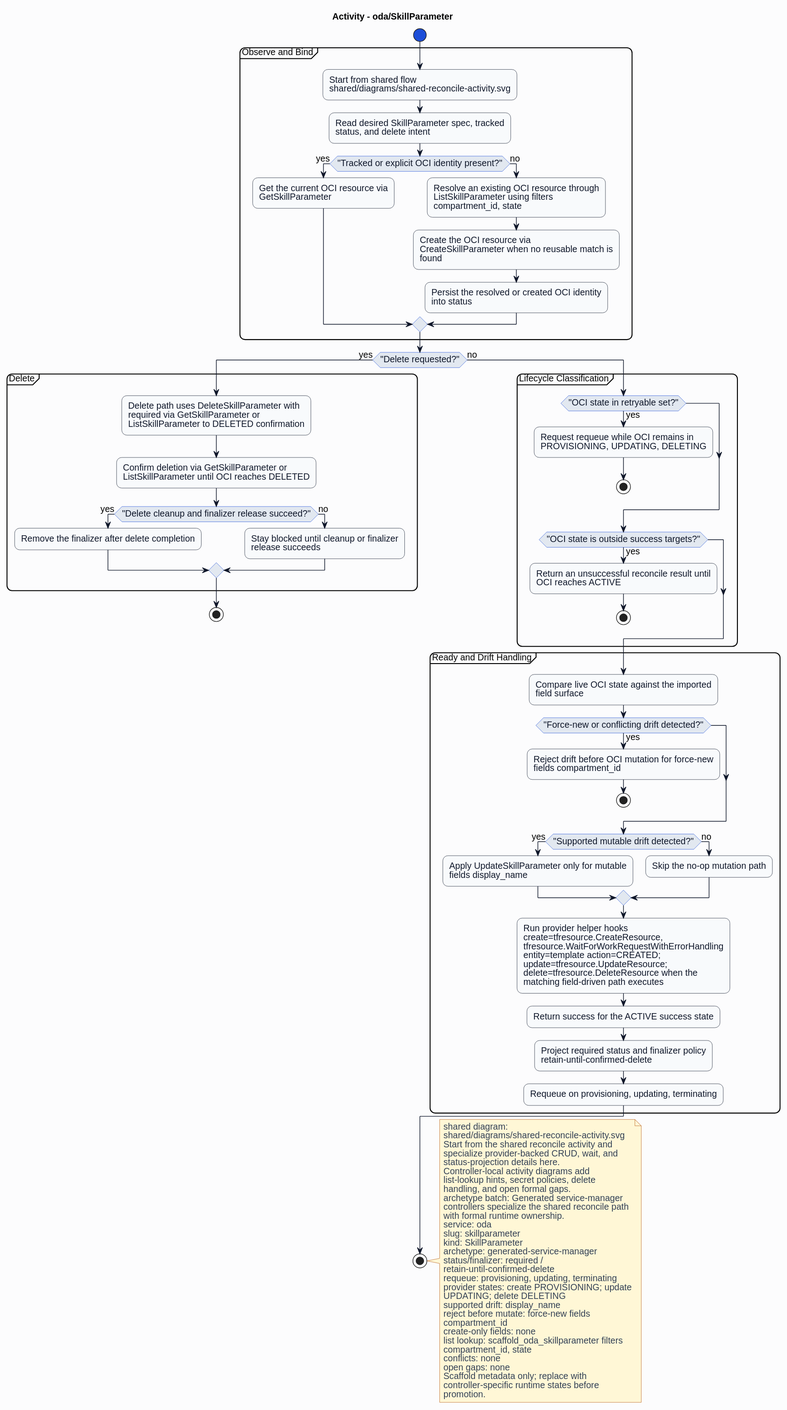
The PlantUML diagram formal/controllers/oda/skillparameter/diagrams/activity.svg in HaoyL666/oci-service-operator, before a commit.
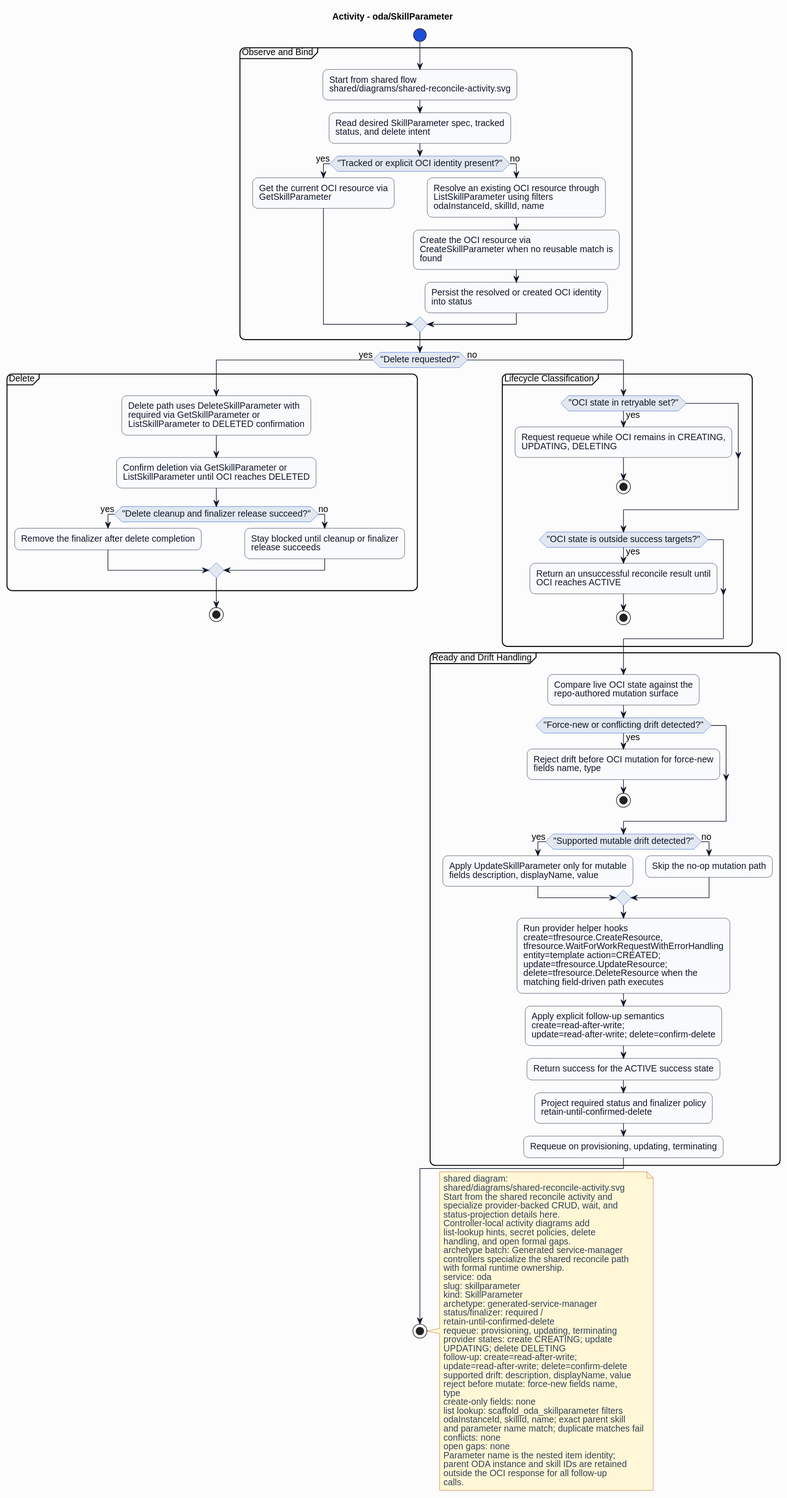
After the commit.

The edit, as a diff of the source:
```diff
@@ -27,7 +27,7 @@
 if ("Tracked or explicit OCI identity present?") then (yes)
 :Get the current OCI resource via\nGetSkillParameter;
 else (no)
-:Resolve an existing OCI resource through\nListSkillParameter using filters\ncompartment_id, state;
+:Resolve an existing OCI resource through\nListSkillParameter using filters\nodaInstanceId, skillId, name;
 :Create the OCI resource via\nCreateSkillParameter when no reusable match is\nfound;
 :Persist the resolved or created OCI identity\ninto status;
 endif
@@ -46,7 +46,7 @@
 else (no)
 partition "Lifecycle Classification" {
 if ("OCI state in retryable set?") then (yes)
-:Request requeue while OCI remains in\nPROVISIONING, UPDATING, DELETING;
+:Request requeue while OCI remains in CREATING,\nUPDATING, DELETING;
 stop
 endif
 if ("OCI state is outside success targets?") then (yes)
@@ -55,17 +55,18 @@
 endif
 }
 partition "Ready and Drift Handling" {
-:Compare live OCI state against the imported\nfield surface;
+:Compare live OCI state against the\nrepo-authored mutation surface;
 if ("Force-new or conflicting drift detected?") then (yes)
-:Reject drift before OCI mutation for force-new\nfields compartment_id;
+:Reject drift before OCI mutation for force-new\nfields name, type;
 stop
 endif
 if ("Supported mutable drift detected?") then (yes)
-:Apply UpdateSkillParameter only for mutable\nfields display_name;
+:Apply UpdateSkillParameter only for mutable\nfields description, displayName, value;
 else (no)
 :Skip the no-op mutation path;
 endif
 :Run provider helper hooks\ncreate=tfresource.CreateResource,\ntfresource.WaitForWorkRequestWithErrorHandling\nentity=template action=CREATED;\nupdate=tfresource.UpdateResource;\ndelete=tfresource.DeleteResource when the\nmatching field-driven path executes;
+:Apply explicit follow-up semantics\ncreate=read-after-write;\nupdate=read-after-write; delete=confirm-delete;
 :Return success for the ACTIVE success state;
 :Project required status and finalizer policy\nretain-until-confirmed-delete;
 :Requeue on provisioning, updating, terminating;
@@ -91,18 +92,22 @@
 status/finalizer: required /
 retain-until-confirmed-delete
 requeue: provisioning, updating, terminating
-provider states: create PROVISIONING; update
+provider states: create CREATING; update
 UPDATING; delete DELETING
-supported drift: display_name
-reject before mutate: force-new fields
-compartment_id
+follow-up: create=read-after-write;
+update=read-after-write; delete=confirm-delete
+supported drift: description, displayName, value
+reject before mutate: force-new fields name,
+type
 create-only fields: none
 list lookup: scaffold_oda_skillparameter filters
-compartment_id, state
+odaInstanceId, skillId, name; exact parent skill
+and parameter name match; duplicate matches fail
 conflicts: none
 open gaps: none
-Scaffold metadata only; replace with
-controller-specific runtime states before
-promotion.
+Parameter name is the nested item identity;
+parent ODA instance and skill IDs are retained
+outside the OCI response for all follow-up
+calls.
 end note
 @enduml
```
